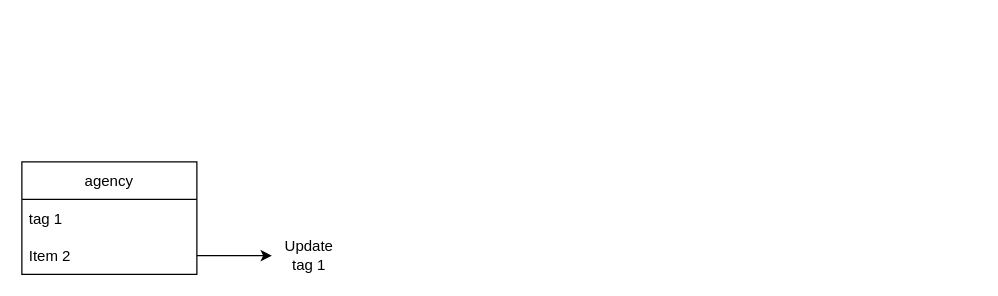
Above: event driven message.drawio in mitgaming/drawio (draw.io), before the change. Source tidied: cells renumbered, new cells numbered last; positions are measured from the earlier drawing's top-left corner, leaving out a move shared by most shapes. Both pictures are drawn from the tidied source at 125%, with x=0, y=0 at pixel (21, 161).
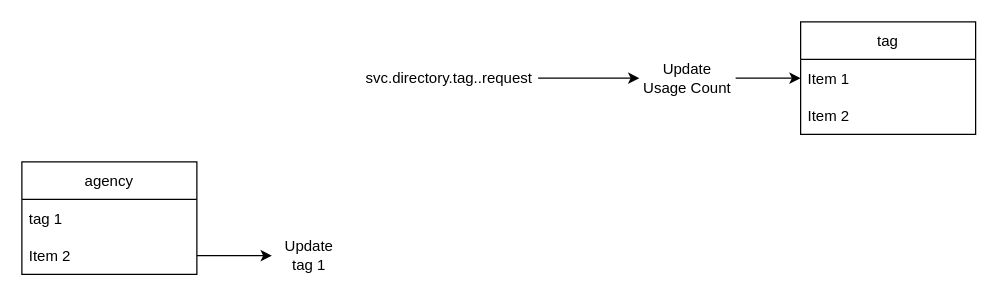
Above is the later version.

Change to the diagram source:
```diff
@@
 <mxGraphModel>
   <root>
     <mxCell id="0" />
     <mxCell id="1" parent="0" />
     <mxCell id="2" value="agency" style="swimlane;fontStyle=0;horizontal=1;startSize=30;" parent="1" vertex="1">
       <mxGeometry width="140" height="90" as="geometry" />
     </mxCell>
     <mxCell id="3" value="tag 1" style="text;strokeColor=none;fillColor=none;align=left;verticalAlign=middle;spacingLeft=4;spacingRight=4;overflow=hidden;" parent="2" vertex="1">
       <mxGeometry y="30" width="140" height="30" as="geometry" />
     </mxCell>
     <mxCell id="4" value="Item 2" style="text;strokeColor=none;fillColor=none;align=left;verticalAlign=middle;spacingLeft=4;spacingRight=4;overflow=hidden;points=[[0,0.5],[1,0.5]];portConstraint=eastwest;" parent="2" vertex="1">
       <mxGeometry y="60" width="140" height="30" as="geometry" />
     </mxCell>
     <mxCell id="5" value="Update tag 1" style="text;html=1;strokeColor=none;fillColor=none;align=center;verticalAlign=middle;whiteSpace=wrap;rounded=0;" parent="1" vertex="1">
       <mxGeometry x="200" y="60" width="60" height="30" as="geometry" />
     </mxCell>
     <mxCell id="6" style="edgeStyle=orthogonalEdgeStyle;rounded=0;jettySize=auto;html=1;" parent="1" edge="1" source="4" target="5">
       <mxGeometry relative="1" as="geometry" />
     </mxCell>
+    <mxCell id="7" value="tag" style="swimlane;fontStyle=0;horizontal=1;startSize=30;" parent="1" vertex="1">
+      <mxGeometry x="623" y="-112" width="140" height="90" as="geometry" />
+    </mxCell>
+    <mxCell id="8" value="Item 1" style="text;strokeColor=none;fillColor=none;align=left;verticalAlign=middle;spacingLeft=4;spacingRight=4;overflow=hidden;points=[[0,0.5],[1,0.5]];portConstraint=eastwest;" parent="7" vertex="1">
+      <mxGeometry y="30" width="140" height="30" as="geometry" />
+    </mxCell>
+    <mxCell id="9" value="Item 2" style="text;strokeColor=none;fillColor=none;align=left;verticalAlign=middle;spacingLeft=4;spacingRight=4;overflow=hidden;" parent="7" vertex="1">
+      <mxGeometry y="60" width="140" height="30" as="geometry" />
+    </mxCell>
+    <mxCell id="10" style="edgeStyle=orthogonalEdgeStyle;rounded=0;jettySize=auto;html=1;" parent="1" edge="1" source="11" target="8">
+      <mxGeometry relative="1" as="geometry" />
+    </mxCell>
+    <mxCell id="11" value="Update Usage Count" style="text;html=1;strokeColor=none;fillColor=none;align=center;verticalAlign=middle;whiteSpace=wrap;rounded=0;" parent="1" vertex="1">
+      <mxGeometry x="494" y="-82" width="77" height="30" as="geometry" />
+    </mxCell>
+    <mxCell id="12" style="edgeStyle=orthogonalEdgeStyle;rounded=0;jettySize=auto;html=1;" parent="1" edge="1" source="13" target="11">
+      <mxGeometry relative="1" as="geometry" />
+    </mxCell>
+    <mxCell id="13" value="svc.directory.tag..request" style="text;html=1;strokeColor=none;fillColor=none;align=center;verticalAlign=middle;whiteSpace=wrap;rounded=0;" parent="1" vertex="1">
+      <mxGeometry x="271" y="-82" width="142" height="30" as="geometry" />
+    </mxCell>
   </root>
 </mxGraphModel>
```
